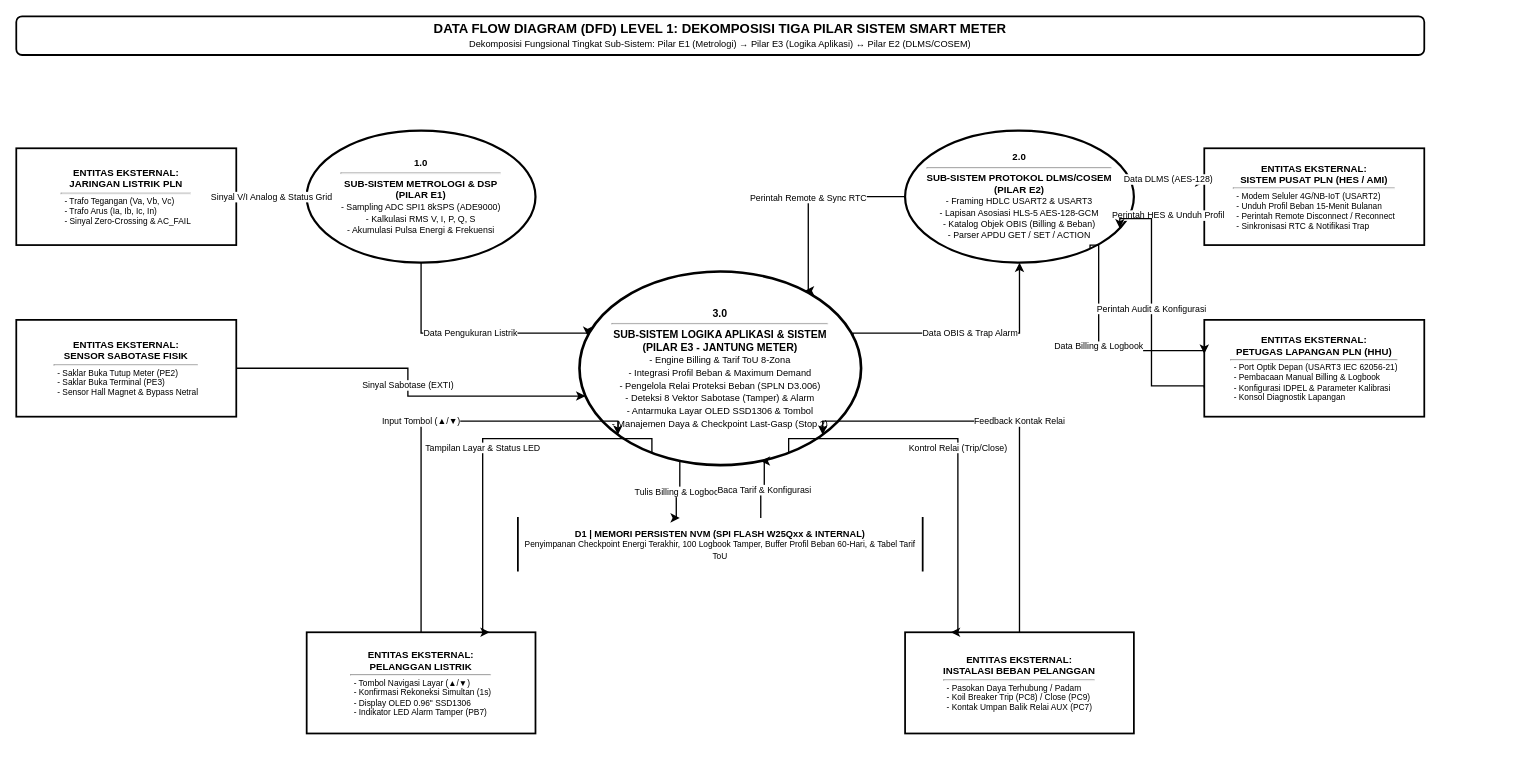
Above: page "DFD Level 1: Dekomposisi Tiga Pilar" (2 of 2) of docs/system_dfd_diagram.drawio.xml in Kevla27/ALLIN (draw.io), before the change. Source tidied: cells renumbered, new cells numbered last; positions are measured from the earlier drawing's top-left corner, leaving out a move shared by most shapes. Both pictures are drawn from the tidied source at 88%, with x=0, y=0 at pixel (16, 16).
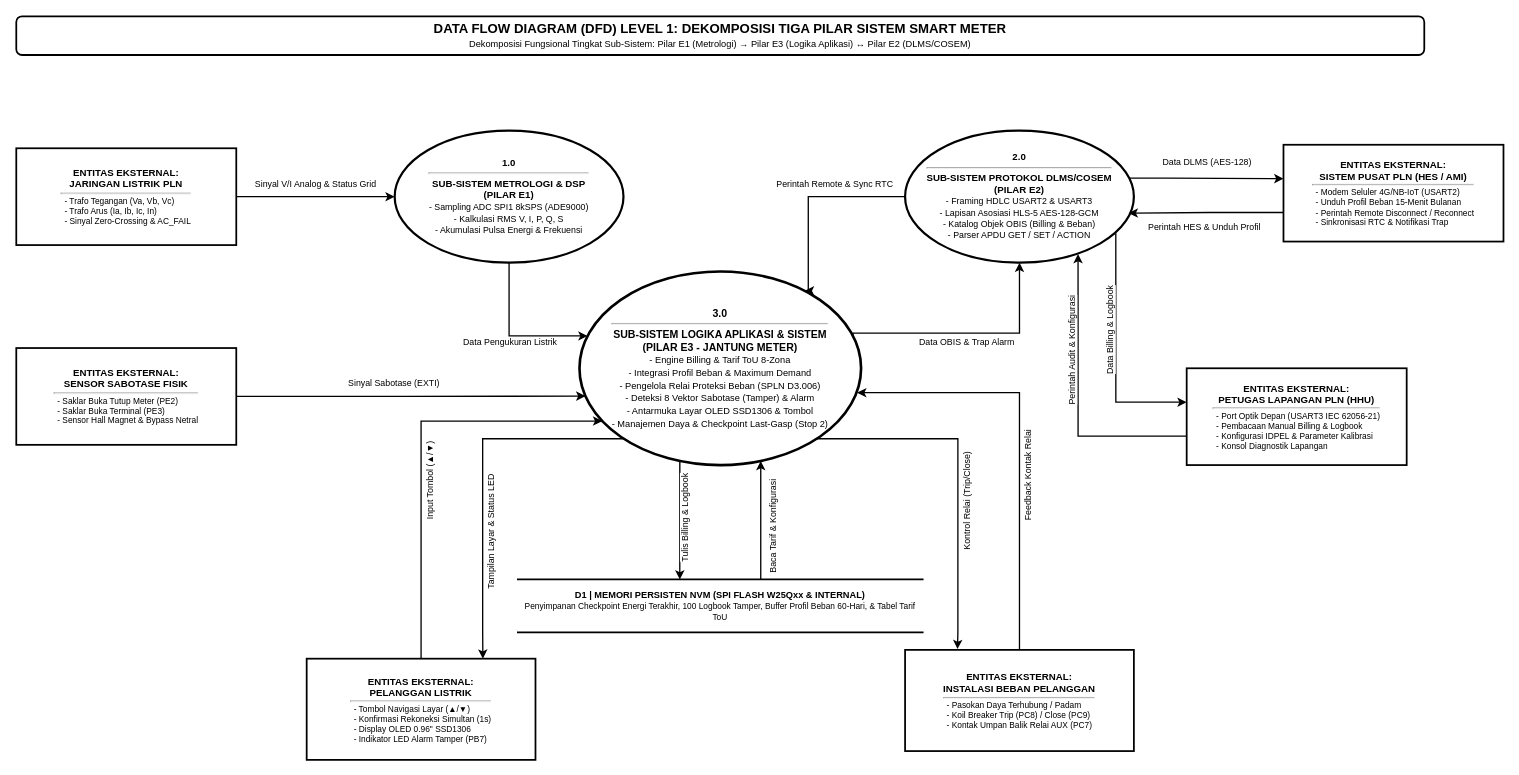
After the change.

Commit message (it also covers changes not shown here):
docs(dfd): perbarui DFD Level 1 dengan model layout pengguna

Unchanged cells that the change refers to:
```xml
<mxCell id="4" value="&lt;b&gt;3.0&lt;/b&gt;&lt;hr style=&quot;margin:4px 0;&quot;/&gt;&lt;b&gt;SUB-SISTEM LOGIKA APLIKASI &amp;amp; SISTEM&lt;br/&gt;(PILAR E3 - JANTUNG METER)&lt;/b&gt;&lt;br/&gt;&lt;font style=&quot;font-size:10.5px;&quot;&gt;- Engine Billing &amp;amp; Tarif ToU 8-Zona&lt;br/&gt;- Integrasi Profil Beban &amp;amp; Maximum Demand&lt;br/&gt;- Pengelola Relai Proteksi Beban (SPLN D3.006)&lt;br/&gt;- Deteksi 8 Vektor Sabotase (Tamper) &amp;amp; Alarm&lt;br/&gt;- Antarmuka Layar OLED SSD1306 &amp;amp; Tombol&lt;br/&gt;- Manajemen Daya &amp;amp; Checkpoint Last-Gasp (Stop 2)&lt;/font&gt;" style="ellipse;whiteSpace=wrap;html=1;fillColor=#ffffff;strokeColor=#000000;strokeWidth=3;fontColor=#000000;fontSize=12;fontFamily=Helvetica;align=center;" parent="1" vertex="1">
  <mxGeometry x="640" y="290" width="320" height="220" as="geometry" />
</mxCell>
<mxCell id="5" value="&lt;b&gt;2.0&lt;/b&gt;&lt;hr style=&quot;margin:4px 0;&quot;/&gt;&lt;b&gt;SUB-SISTEM PROTOKOL DLMS/COSEM&lt;br/&gt;(PILAR E2)&lt;/b&gt;&lt;br/&gt;&lt;font style=&quot;font-size:10px;&quot;&gt;- Framing HDLC USART2 &amp;amp; USART3&lt;br/&gt;- Lapisan Asosiasi HLS-5 AES-128-GCM&lt;br/&gt;- Katalog Objek OBIS (Billing &amp;amp; Beban)&lt;br/&gt;- Parser APDU GET / SET / ACTION&lt;/font&gt;" style="ellipse;whiteSpace=wrap;html=1;fillColor=#ffffff;strokeColor=#000000;strokeWidth=2.5;fontColor=#000000;fontSize=11;fontFamily=Helvetica;align=center;" parent="1" vertex="1">
  <mxGeometry x="1010" y="130" width="260" height="150" as="geometry" />
</mxCell>
<mxCell id="7" value="&lt;b&gt;ENTITAS EKSTERNAL:&lt;br/&gt;JARINGAN LISTRIK PLN&lt;/b&gt;&lt;hr style=&quot;margin:2px 0;&quot;/&gt;&lt;div style=&quot;font-size:9.5px;text-align:left;padding-left:4px;&quot;&gt;- Trafo Tegangan (Va, Vb, Vc)&lt;br/&gt;- Trafo Arus (Ia, Ib, Ic, In)&lt;br/&gt;- Sinyal Zero-Crossing &amp;amp; AC_FAIL&lt;/div&gt;" style="rounded=0;whiteSpace=wrap;html=1;fillColor=#ffffff;strokeColor=#000000;strokeWidth=2;fontColor=#000000;fontSize=11;fontFamily=Helvetica;align=center;" parent="1" vertex="1">
  <mxGeometry y="150" width="250" height="110" as="geometry" />
</mxCell>
```

The edit, as a diff of the source:
```diff
@@
     <mxCell id="3" value="&lt;b&gt;1.0&lt;/b&gt;&lt;hr style=&quot;margin:4px 0;&quot;/&gt;&lt;b&gt;SUB-SISTEM METROLOGI &amp;amp; DSP&lt;br/&gt;(PILAR E1)&lt;/b&gt;&lt;br/&gt;&lt;font style=&quot;font-size:10px;&quot;&gt;- Sampling ADC SPI1 8kSPS (ADE9000)&lt;br/&gt;- Kalkulasi RMS V, I, P, Q, S&lt;br/&gt;- Akumulasi Pulsa Energi &amp;amp; Frekuensi&lt;/font&gt;" style="ellipse;whiteSpace=wrap;html=1;fillColor=#ffffff;strokeColor=#000000;strokeWidth=2.5;fontColor=#000000;fontSize=11;fontFamily=Helvetica;align=center;" parent="1" vertex="1">
-      <mxGeometry x="330" y="130" width="260" height="150" as="geometry" />
+      <mxGeometry x="430" y="130" width="260" height="150" as="geometry" />
     </mxCell>
@@
-    <mxCell id="6" value="&lt;b&gt;D1 | MEMORI PERSISTEN NVM (SPI FLASH W25Qxx &amp;amp; INTERNAL)&lt;/b&gt;&lt;br/&gt;&lt;font style=&quot;font-size:9.5px;&quot;&gt;Penyimpanan Checkpoint Energi Terakhir, 100 Logbook Tamper, Buffer Profil Beban 60-Hari, &amp;amp; Tabel Tarif ToU&lt;/font&gt;" style="shape=partialRectangle;top=0;bottom=0;fillColor=#ffffff;strokeColor=#000000;strokeWidth=2;fontColor=#000000;fontSize=10.5;fontFamily=Helvetica;align=center;whiteSpace=wrap;html=1;" parent="1" vertex="1">
-      <mxGeometry x="570" y="570" width="460" height="60" as="geometry" />
+    <mxCell id="6" value="&lt;b&gt;D1 | MEMORI PERSISTEN NVM (SPI FLASH W25Qxx &amp;amp; INTERNAL)&lt;/b&gt;&lt;br/&gt;&lt;font style=&quot;font-size:9.5px;&quot;&gt;Penyimpanan Checkpoint Energi Terakhir, 100 Logbook Tamper, Buffer Profil Beban 60-Hari, &amp;amp; Tabel Tarif ToU&lt;/font&gt;" style="shape=partialRectangle;top=1;bottom=1;fillColor=#ffffff;strokeColor=default;strokeWidth=2;fontColor=#000000;fontSize=10.5;fontFamily=Helvetica;align=center;whiteSpace=wrap;html=1;verticalAlign=middle;left=0;right=0;" parent="1" vertex="1">
+      <mxGeometry x="570" y="640" width="460" height="60" as="geometry" />
     </mxCell>
@@
     <mxCell id="8" value="&lt;b&gt;ENTITAS EKSTERNAL:&lt;br/&gt;SENSOR SABOTASE FISIK&lt;/b&gt;&lt;hr style=&quot;margin:2px 0;&quot;/&gt;&lt;div style=&quot;font-size:9.5px;text-align:left;padding-left:4px;&quot;&gt;- Saklar Buka Tutup Meter (PE2)&lt;br/&gt;- Saklar Buka Terminal (PE3)&lt;br/&gt;- Sensor Hall Magnet &amp;amp; Bypass Netral&lt;/div&gt;" style="rounded=0;whiteSpace=wrap;html=1;fillColor=#ffffff;strokeColor=#000000;strokeWidth=2;fontColor=#000000;fontSize=11;fontFamily=Helvetica;align=center;" parent="1" vertex="1">
-      <mxGeometry y="345" width="250" height="110" as="geometry" />
+      <mxGeometry y="377" width="250" height="110" as="geometry" />
     </mxCell>
     <mxCell id="9" value="&lt;b&gt;ENTITAS EKSTERNAL:&lt;br/&gt;PELANGGAN LISTRIK&lt;/b&gt;&lt;hr style=&quot;margin:2px 0;&quot;/&gt;&lt;div style=&quot;font-size:9.5px;text-align:left;padding-left:4px;&quot;&gt;- Tombol Navigasi Layar (▲/▼)&lt;br/&gt;- Konfirmasi Rekoneksi Simultan (1s)&lt;br/&gt;- Display OLED 0.96&quot; SSD1306&lt;br/&gt;- Indikator LED Alarm Tamper (PB7)&lt;/div&gt;" style="rounded=0;whiteSpace=wrap;html=1;fillColor=#ffffff;strokeColor=#000000;strokeWidth=2;fontColor=#000000;fontSize=11;fontFamily=Helvetica;align=center;" parent="1" vertex="1">
-      <mxGeometry x="330" y="700" width="260" height="115" as="geometry" />
+      <mxGeometry x="330" y="730" width="260" height="115" as="geometry" />
     </mxCell>
     <mxCell id="10" value="&lt;b&gt;ENTITAS EKSTERNAL:&lt;br/&gt;INSTALASI BEBAN PELANGGAN&lt;/b&gt;&lt;hr style=&quot;margin:2px 0;&quot;/&gt;&lt;div style=&quot;font-size:9.5px;text-align:left;padding-left:4px;&quot;&gt;- Pasokan Daya Terhubung / Padam&lt;br/&gt;- Koil Breaker Trip (PC8) / Close (PC9)&lt;br/&gt;- Kontak Umpan Balik Relai AUX (PC7)&lt;/div&gt;" style="rounded=0;whiteSpace=wrap;html=1;fillColor=#ffffff;strokeColor=#000000;strokeWidth=2;fontColor=#000000;fontSize=11;fontFamily=Helvetica;align=center;" parent="1" vertex="1">
-      <mxGeometry x="1010" y="700" width="260" height="115" as="geometry" />
+      <mxGeometry x="1010" y="720" width="260" height="115" as="geometry" />
     </mxCell>
     <mxCell id="11" value="&lt;b&gt;ENTITAS EKSTERNAL:&lt;br/&gt;SISTEM PUSAT PLN (HES / AMI)&lt;/b&gt;&lt;hr style=&quot;margin:2px 0;&quot;/&gt;&lt;div style=&quot;font-size:9.5px;text-align:left;padding-left:4px;&quot;&gt;- Modem Seluler 4G/NB-IoT (USART2)&lt;br/&gt;- Unduh Profil Beban 15-Menit Bulanan&lt;br/&gt;- Perintah Remote Disconnect / Reconnect&lt;br/&gt;- Sinkronisasi RTC &amp;amp; Notifikasi Trap&lt;/div&gt;" style="rounded=0;whiteSpace=wrap;html=1;fillColor=#ffffff;strokeColor=#000000;strokeWidth=2;fontColor=#000000;fontSize=11;fontFamily=Helvetica;align=center;" parent="1" vertex="1">
-      <mxGeometry x="1350" y="150" width="250" height="110" as="geometry" />
+      <mxGeometry x="1440" y="146" width="250" height="110" as="geometry" />
     </mxCell>
     <mxCell id="12" value="&lt;b&gt;ENTITAS EKSTERNAL:&lt;br/&gt;PETUGAS LAPANGAN PLN (HHU)&lt;/b&gt;&lt;hr style=&quot;margin:2px 0;&quot;/&gt;&lt;div style=&quot;font-size:9.5px;text-align:left;padding-left:4px;&quot;&gt;- Port Optik Depan (USART3 IEC 62056-21)&lt;br/&gt;- Pembacaan Manual Billing &amp;amp; Logbook&lt;br/&gt;- Konfigurasi IDPEL &amp;amp; Parameter Kalibrasi&lt;br/&gt;- Konsol Diagnostik Lapangan&lt;/div&gt;" style="rounded=0;whiteSpace=wrap;html=1;fillColor=#ffffff;strokeColor=#000000;strokeWidth=2;fontColor=#000000;fontSize=11;fontFamily=Helvetica;align=center;" parent="1" vertex="1">
-      <mxGeometry x="1350" y="345" width="250" height="110" as="geometry" />
+      <mxGeometry x="1330" y="400" width="250" height="110" as="geometry" />
     </mxCell>
     <mxCell id="13" value="Sinyal V/I Analog &amp;amp; Status Grid" style="edgeStyle=orthogonalEdgeStyle;rounded=0;jettySize=auto;html=1;strokeColor=#000000;strokeWidth=1.5;endArrow=classic;endFill=1;labelBackgroundColor=#ffffff;fillColor=#ffffff;fontColor=#000000;fontSize=10;fontFamily=Helvetica;spacing=3;exitX=1;exitY=0.5;exitDx=0;exitDy=0;entryX=0;entryY=0.5;entryDx=0;entryDy=0;" parent="1" edge="1" source="7" target="3">
-      <mxGeometry relative="1" as="geometry" />
+      <mxGeometry y="15" relative="1" as="geometry" />
     </mxCell>
     <mxCell id="14" value="Data Pengukuran Listrik" style="edgeStyle=orthogonalEdgeStyle;rounded=0;jettySize=auto;html=1;strokeColor=#000000;strokeWidth=1.5;endArrow=classic;endFill=1;labelBackgroundColor=#ffffff;fillColor=#ffffff;fontColor=#000000;fontSize=10;fontFamily=Helvetica;spacing=3;exitX=0.5;exitY=1;exitDx=0;exitDy=0;entryX=0;entryY=0.32;entryDx=0;entryDy=0;" parent="1" edge="1" source="3" target="4">
-      <mxGeometry relative="1" as="geometry">
+      <mxGeometry x="-0.03" y="-7" relative="1" as="geometry">
         <Array as="points">
-          <mxPoint x="460" y="360" />
+          <mxPoint x="560" y="363.2" />
         </Array>
       </mxGeometry>
     </mxCell>
     <mxCell id="15" value="Sinyal Sabotase (EXTI)" style="edgeStyle=orthogonalEdgeStyle;rounded=0;jettySize=auto;html=1;strokeColor=#000000;strokeWidth=1.5;endArrow=classic;endFill=1;labelBackgroundColor=#ffffff;fillColor=#ffffff;fontColor=#000000;fontSize=10;fontFamily=Helvetica;spacing=3;exitX=1;exitY=0.5;exitDx=0;exitDy=0;entryX=0;entryY=0.65;entryDx=0;entryDy=0;" parent="1" edge="1" source="8" target="4">
-      <mxGeometry relative="1" as="geometry" />
+      <mxGeometry x="-0.1" y="15" relative="1" as="geometry" />
     </mxCell>
-    <mxCell id="16" value="Input Tombol (▲/▼)" style="edgeStyle=orthogonalEdgeStyle;rounded=0;jettySize=auto;html=1;strokeColor=#000000;strokeWidth=1.5;endArrow=classic;endFill=1;labelBackgroundColor=#ffffff;fillColor=#ffffff;fontColor=#000000;fontSize=10;fontFamily=Helvetica;spacing=3;exitX=0.5;exitY=0;exitDx=0;exitDy=0;entryX=0.1;entryY=0.88;entryDx=0;entryDy=0;" parent="1" edge="1" source="9" target="4">
-      <mxGeometry relative="1" as="geometry">
+    <mxCell id="16" value="Input Tombol (▲/▼)" style="edgeStyle=orthogonalEdgeStyle;rounded=0;jettySize=auto;html=1;strokeColor=#000000;strokeWidth=1.5;endArrow=classic;endFill=1;labelBackgroundColor=#ffffff;fillColor=#ffffff;fontColor=#000000;fontSize=10;fontFamily=Helvetica;spacing=3;exitX=0.5;exitY=0;exitDx=0;exitDy=0;horizontal=0;" parent="1" edge="1" source="9" target="4">
+      <mxGeometry x="-0.15" y="-10" relative="1" as="geometry">
         <Array as="points">
           <mxPoint x="460" y="460" />
         </Array>
       </mxGeometry>
     </mxCell>
-    <mxCell id="17" value="Tampilan Layar &amp;amp; Status LED" style="edgeStyle=orthogonalEdgeStyle;rounded=0;jettySize=auto;html=1;strokeColor=#000000;strokeWidth=1.5;endArrow=classic;endFill=1;labelBackgroundColor=#ffffff;fillColor=#ffffff;fontColor=#000000;fontSize=10;fontFamily=Helvetica;spacing=3;exitX=0.25;exitY=0.95;exitDx=0;exitDy=0;entryX=0.8;entryY=0;entryDx=0;entryDy=0;" parent="1" edge="1" source="4" target="9">
-      <mxGeometry relative="1" as="geometry">
+    <mxCell id="17" value="Tampilan Layar &amp;amp; Status LED" style="edgeStyle=orthogonalEdgeStyle;rounded=0;jettySize=auto;html=1;strokeColor=#000000;strokeWidth=1.5;endArrow=classic;endFill=1;labelBackgroundColor=#ffffff;fillColor=#ffffff;fontColor=#000000;fontSize=10;fontFamily=Helvetica;spacing=3;exitX=0.156;exitY=0.864;exitDx=0;exitDy=0;entryX=0.77;entryY=0;entryDx=0;entryDy=0;horizontal=0;exitPerimeter=0;entryPerimeter=0;" parent="1" edge="1" source="4" target="9">
+      <mxGeometry x="0.3" y="10" relative="1" as="geometry">
         <Array as="points">
-          <mxPoint x="530" y="480" />
+          <mxPoint x="530" y="480.1" />
           <mxPoint x="530" y="700" />
         </Array>
       </mxGeometry>
     </mxCell>
-    <mxCell id="18" value="Kontrol Relai (Trip/Close)" style="edgeStyle=orthogonalEdgeStyle;rounded=0;jettySize=auto;html=1;strokeColor=#000000;strokeWidth=1.5;endArrow=classic;endFill=1;labelBackgroundColor=#ffffff;fillColor=#ffffff;fontColor=#000000;fontSize=10;fontFamily=Helvetica;spacing=3;exitX=0.75;exitY=0.95;exitDx=0;exitDy=0;entryX=0.2;entryY=0;entryDx=0;entryDy=0;" parent="1" edge="1" source="4" target="10">
-      <mxGeometry relative="1" as="geometry">
+    <mxCell id="18" value="Kontrol Relai (Trip/Close)" style="edgeStyle=orthogonalEdgeStyle;rounded=0;jettySize=auto;html=1;strokeColor=#000000;strokeWidth=1.5;endArrow=classic;endFill=1;labelBackgroundColor=#ffffff;fillColor=#ffffff;fontColor=#000000;fontSize=10;fontFamily=Helvetica;spacing=3;exitX=0.844;exitY=0.864;exitDx=0;exitDy=0;entryX=0.229;entryY=-0.008;entryDx=0;entryDy=0;exitPerimeter=0;horizontal=0;entryPerimeter=0;" parent="1" edge="1" source="4" target="10">
+      <mxGeometry x="0.16" y="10" relative="1" as="geometry">
         <Array as="points">
-          <mxPoint x="1070" y="480" />
+          <mxPoint x="1070" y="480.1" />
+          <mxPoint x="1070" y="700" />
         </Array>
       </mxGeometry>
     </mxCell>
-    <mxCell id="19" value="Feedback Kontak Relai" style="edgeStyle=orthogonalEdgeStyle;rounded=0;jettySize=auto;html=1;strokeColor=#000000;strokeWidth=1.5;endArrow=classic;endFill=1;labelBackgroundColor=#ffffff;fillColor=#ffffff;fontColor=#000000;fontSize=10;fontFamily=Helvetica;spacing=3;exitX=0.5;exitY=0;exitDx=0;exitDy=0;entryX=0.9;entryY=0.88;entryDx=0;entryDy=0;" parent="1" edge="1" source="10" target="4">
-      <mxGeometry relative="1" as="geometry">
+    <mxCell id="19" value="Feedback Kontak Relai" style="edgeStyle=orthogonalEdgeStyle;rounded=0;jettySize=auto;html=1;strokeColor=#000000;strokeWidth=1.5;endArrow=classic;endFill=1;labelBackgroundColor=#ffffff;fillColor=#ffffff;fontColor=#000000;fontSize=10;fontFamily=Helvetica;spacing=3;exitX=0.5;exitY=0;exitDx=0;exitDy=0;entryX=0.986;entryY=0.626;entryDx=0;entryDy=0;entryPerimeter=0;horizontal=0;" parent="1" edge="1" source="10" target="4">
+      <mxGeometry x="-0.17" y="-10" relative="1" as="geometry">
         <Array as="points">
-          <mxPoint x="1140" y="460" />
+          <mxPoint x="1140" y="427.7" />
         </Array>
       </mxGeometry>
     </mxCell>
-    <mxCell id="20" value="Tulis Billing &amp;amp; Logbook" style="edgeStyle=orthogonalEdgeStyle;rounded=0;jettySize=auto;html=1;strokeColor=#000000;strokeWidth=1.5;endArrow=classic;endFill=1;labelBackgroundColor=#ffffff;fillColor=#ffffff;fontColor=#000000;fontSize=10;fontFamily=Helvetica;spacing=3;exitX=0.35;exitY=1;exitDx=0;exitDy=0;entryX=0.4;entryY=0;entryDx=0;entryDy=0;" parent="1" edge="1" source="4" target="6">
-      <mxGeometry relative="1" as="geometry">
-        <Array as="points">
-          <mxPoint x="750" y="540" />
-        </Array>
-      </mxGeometry>
+    <mxCell id="20" value="Tulis Billing &amp;amp; Logbook" style="edgeStyle=orthogonalEdgeStyle;rounded=0;jettySize=auto;html=1;strokeColor=#000000;strokeWidth=1.5;endArrow=classic;endFill=1;labelBackgroundColor=#ffffff;fillColor=#ffffff;fontColor=#000000;fontSize=10;fontFamily=Helvetica;spacing=3;exitX=0.35;exitY=1;exitDx=0;exitDy=0;entryX=0.4;entryY=0;entryDx=0;entryDy=0;horizontal=0;" parent="1" edge="1" source="4" target="6">
+      <mxGeometry x="-0.04" y="6" relative="1" as="geometry" />
     </mxCell>
-    <mxCell id="21" value="Baca Tarif &amp;amp; Konfigurasi" style="edgeStyle=orthogonalEdgeStyle;rounded=0;jettySize=auto;html=1;strokeColor=#000000;strokeWidth=1.5;endArrow=classic;endFill=1;labelBackgroundColor=#ffffff;fillColor=#ffffff;fontColor=#000000;fontSize=10;fontFamily=Helvetica;spacing=3;exitX=0.6;exitY=0;exitDx=0;exitDy=0;entryX=0.65;entryY=1;entryDx=0;entryDy=0;" parent="1" edge="1" source="6" target="4">
-      <mxGeometry relative="1" as="geometry">
-        <Array as="points">
-          <mxPoint x="850" y="540" />
-        </Array>
-      </mxGeometry>
+    <mxCell id="21" value="Baca Tarif &amp;amp; Konfigurasi" style="edgeStyle=orthogonalEdgeStyle;rounded=0;jettySize=auto;html=1;strokeColor=#000000;strokeWidth=1.5;endArrow=classic;endFill=1;labelBackgroundColor=#ffffff;fillColor=#ffffff;fontColor=#000000;fontSize=10;fontFamily=Helvetica;spacing=3;exitX=0.6;exitY=0;exitDx=0;exitDy=0;entryX=0.65;entryY=1;entryDx=0;entryDy=0;horizontal=0;" parent="1" edge="1" source="6" target="4">
+      <mxGeometry x="-0.11" y="-14" relative="1" as="geometry" />
     </mxCell>
     <mxCell id="22" value="Data OBIS &amp;amp; Trap Alarm" style="edgeStyle=orthogonalEdgeStyle;rounded=0;jettySize=auto;html=1;strokeColor=#000000;strokeWidth=1.5;endArrow=classic;endFill=1;labelBackgroundColor=#ffffff;fillColor=#ffffff;fontColor=#000000;fontSize=10;fontFamily=Helvetica;spacing=3;exitX=1;exitY=0.32;exitDx=0;exitDy=0;entryX=0.5;entryY=1;entryDx=0;entryDy=0;" parent="1" edge="1" source="4" target="5">
-      <mxGeometry relative="1" as="geometry">
+      <mxGeometry x="-0.03" y="-10" relative="1" as="geometry">
         <Array as="points">
           <mxPoint x="1140" y="360" />
         </Array>
       </mxGeometry>
     </mxCell>
     <mxCell id="23" value="Perintah Remote &amp;amp; Sync RTC" style="edgeStyle=orthogonalEdgeStyle;rounded=0;jettySize=auto;html=1;strokeColor=#000000;strokeWidth=1.5;endArrow=classic;endFill=1;labelBackgroundColor=#ffffff;fillColor=#ffffff;fontColor=#000000;fontSize=10;fontFamily=Helvetica;spacing=3;exitX=0;exitY=0.5;exitDx=0;exitDy=0;entryX=0.8;entryY=0.1;entryDx=0;entryDy=0;" parent="1" edge="1" source="5" target="4">
-      <mxGeometry relative="1" as="geometry">
+      <mxGeometry x="-0.28" y="-15" relative="1" as="geometry">
         <Array as="points">
           <mxPoint x="900" y="205" />
         </Array>
       </mxGeometry>
     </mxCell>
     <mxCell id="24" value="Data DLMS (AES-128)" style="edgeStyle=orthogonalEdgeStyle;rounded=0;jettySize=auto;html=1;strokeColor=#000000;strokeWidth=1.5;endArrow=classic;endFill=1;labelBackgroundColor=#ffffff;fillColor=#ffffff;fontColor=#000000;fontSize=10;fontFamily=Helvetica;spacing=3;exitX=1;exitY=0.35;exitDx=0;exitDy=0;entryX=0;entryY=0.35;entryDx=0;entryDy=0;" parent="1" edge="1" source="5" target="11">
-      <mxGeometry relative="1" as="geometry">
+      <mxGeometry y="18" relative="1" as="geometry">
         <Array as="points">
           <mxPoint x="1310" y="185" />
         </Array>
       </mxGeometry>
     </mxCell>
-    <mxCell id="25" value="Perintah HES &amp;amp; Unduh Profil" style="edgeStyle=orthogonalEdgeStyle;rounded=0;jettySize=auto;html=1;strokeColor=#000000;strokeWidth=1.5;endArrow=classic;endFill=1;labelBackgroundColor=#ffffff;fillColor=#ffffff;fontColor=#000000;fontSize=10;fontFamily=Helvetica;spacing=3;exitX=0;exitY=0.7;exitDx=0;exitDy=0;entryX=1;entryY=0.65;entryDx=0;entryDy=0;" parent="1" edge="1" source="11" target="5">
-      <mxGeometry relative="1" as="geometry">
-        <Array as="points">
-          <mxPoint x="1310" y="225" />
-        </Array>
-      </mxGeometry>
+    <mxCell id="25" value="Perintah HES &amp;amp; Unduh Profil" style="edgeStyle=orthogonalEdgeStyle;rounded=0;jettySize=auto;html=1;strokeColor=#000000;strokeWidth=1.5;endArrow=classic;endFill=1;labelBackgroundColor=#ffffff;fillColor=#ffffff;fontColor=#000000;fontSize=10;fontFamily=Helvetica;spacing=3;exitX=0;exitY=0.7;exitDx=0;exitDy=0;entryX=0.977;entryY=0.625;entryDx=0;entryDy=0;entryPerimeter=0;" parent="1" edge="1" source="11" target="5">
+      <mxGeometry x="0.03" y="15" relative="1" as="geometry" />
     </mxCell>
-    <mxCell id="26" value="Data Billing &amp;amp; Logbook" style="edgeStyle=orthogonalEdgeStyle;rounded=0;jettySize=auto;html=1;strokeColor=#000000;strokeWidth=1.5;endArrow=classic;endFill=1;labelBackgroundColor=#ffffff;fillColor=#ffffff;fontColor=#000000;fontSize=10;fontFamily=Helvetica;spacing=3;exitX=0.85;exitY=0.95;exitDx=0;exitDy=0;entryX=0;entryY=0.35;entryDx=0;entryDy=0;" parent="1" edge="1" source="5" target="12">
-      <mxGeometry relative="1" as="geometry">
+    <mxCell id="26" value="Data Billing &amp;amp; Logbook" style="edgeStyle=orthogonalEdgeStyle;rounded=0;jettySize=auto;html=1;strokeColor=#000000;strokeWidth=1.5;endArrow=classic;endFill=1;labelBackgroundColor=#ffffff;fillColor=#ffffff;fontColor=#000000;fontSize=10;fontFamily=Helvetica;spacing=3;exitX=0.921;exitY=0.777;exitDx=0;exitDy=0;entryX=0;entryY=0.35;entryDx=0;entryDy=0;exitPerimeter=0;horizontal=0;" parent="1" edge="1" source="5" target="12">
+      <mxGeometry x="-0.19" y="-7" relative="1" as="geometry">
         <Array as="points">
-          <mxPoint x="1230" y="260" />
-          <mxPoint x="1230" y="380" />
+          <mxPoint x="1249.5" y="438.5" />
         </Array>
       </mxGeometry>
     </mxCell>
-    <mxCell id="27" value="Perintah Audit &amp;amp; Konfigurasi" style="edgeStyle=orthogonalEdgeStyle;rounded=0;jettySize=auto;html=1;strokeColor=#000000;strokeWidth=1.5;endArrow=classic;endFill=1;labelBackgroundColor=#ffffff;fillColor=#ffffff;fontColor=#000000;fontSize=10;fontFamily=Helvetica;spacing=3;exitX=0;exitY=0.7;exitDx=0;exitDy=0;entryX=0.95;entryY=0.75;entryDx=0;entryDy=0;" parent="1" edge="1" source="12" target="5">
-      <mxGeometry relative="1" as="geometry">
-        <Array as="points">
-          <mxPoint x="1290" y="420" />
-          <mxPoint x="1290" y="230" />
-        </Array>
-      </mxGeometry>
+    <mxCell id="27" value="Perintah Audit &amp;amp; Konfigurasi" style="edgeStyle=orthogonalEdgeStyle;rounded=0;jettySize=auto;html=1;strokeColor=#000000;strokeWidth=1.5;endArrow=classic;endFill=1;labelBackgroundColor=#ffffff;fillColor=#ffffff;fontColor=#000000;fontSize=10;fontFamily=Helvetica;spacing=3;exitX=0;exitY=0.7;exitDx=0;exitDy=0;entryX=0.756;entryY=0.934;entryDx=0;entryDy=0;entryPerimeter=0;horizontal=0;" parent="1" edge="1" source="12" target="5">
+      <mxGeometry x="0.33" y="7" relative="1" as="geometry" />
     </mxCell>
```
